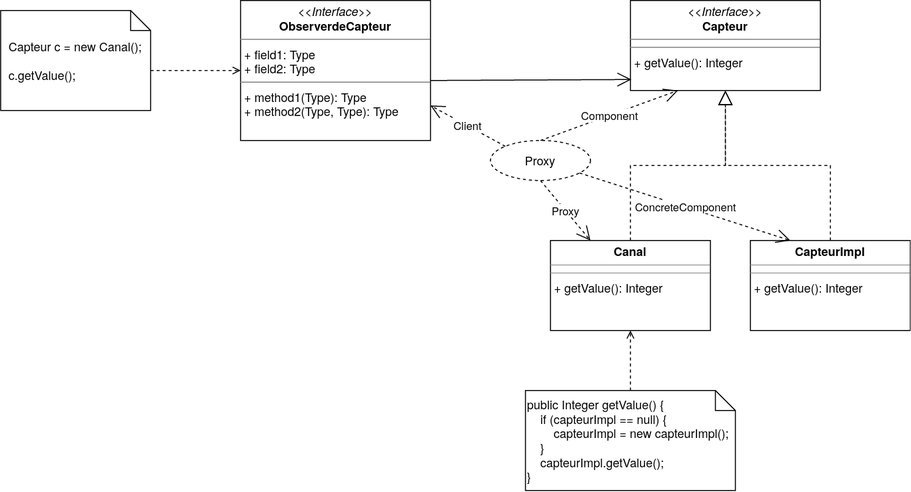
This is img/Proxyup.png from thomas-guzik/project-observer, a draw.io export, as it was before one commit. Source tidied: cells renumbered, new cells last; positions are measured from the earlier drawing's top-left corner, leaving out a move shared by most shapes. Source of this version:
```xml
<mxGraphModel>
  <root>
    <mxCell id="0" />
    <mxCell id="1" parent="0" />
    <mxCell id="2" value="&lt;p style=&quot;margin: 0px ; margin-top: 4px ; text-align: center&quot;&gt;&lt;i&gt;&amp;lt;&amp;lt;Interface&amp;gt;&amp;gt;&lt;/i&gt;&lt;br&gt;&lt;b&gt;ObserverdeCapteur&lt;/b&gt;&lt;/p&gt;&lt;hr size=&quot;1&quot;&gt;&lt;p style=&quot;margin: 0px ; margin-left: 4px&quot;&gt;+ field1: Type&lt;br&gt;+ field2: Type&lt;/p&gt;&lt;hr size=&quot;1&quot;&gt;&lt;p style=&quot;margin: 0px ; margin-left: 4px&quot;&gt;+ method1(Type): Type&lt;br&gt;+ method2(Type, Type): Type&lt;/p&gt;" style="verticalAlign=top;align=left;overflow=fill;fontSize=12;fontFamily=Helvetica;html=1;" parent="1" vertex="1">
      <mxGeometry x="240" width="190" height="140" as="geometry" />
    </mxCell>
    <mxCell id="3" value="&lt;p style=&quot;margin: 0px ; margin-top: 4px ; text-align: center&quot;&gt;&lt;i&gt;&amp;lt;&amp;lt;Interface&amp;gt;&amp;gt;&lt;/i&gt;&lt;br&gt;&lt;b&gt;Capteur&lt;/b&gt;&lt;/p&gt;&lt;hr size=&quot;1&quot;&gt;&lt;hr size=&quot;1&quot;&gt;&lt;p style=&quot;margin: 0px ; margin-left: 4px&quot;&gt;+ getValue(): Integer&lt;br&gt;&lt;/p&gt;" style="verticalAlign=top;align=left;overflow=fill;fontSize=12;fontFamily=Helvetica;html=1;" parent="1" vertex="1">
      <mxGeometry x="630" width="190" height="90" as="geometry" />
    </mxCell>
    <mxCell id="4" value="&lt;p style=&quot;margin: 0px ; margin-top: 4px ; text-align: center&quot;&gt;&lt;b&gt;Canal&lt;/b&gt;&lt;/p&gt;&lt;hr size=&quot;1&quot;&gt;&lt;hr size=&quot;1&quot;&gt;&lt;p style=&quot;margin: 0px ; margin-left: 4px&quot;&gt;+ getValue(): Integer&lt;/p&gt;" style="verticalAlign=top;align=left;overflow=fill;fontSize=12;fontFamily=Helvetica;html=1;" parent="1" vertex="1">
      <mxGeometry x="550" y="240" width="160" height="90" as="geometry" />
    </mxCell>
    <mxCell id="5" value="&lt;p style=&quot;margin: 0px ; margin-top: 4px ; text-align: center&quot;&gt;&lt;b&gt;CapteurImpl&lt;/b&gt;&lt;/p&gt;&lt;hr size=&quot;1&quot;&gt;&lt;hr size=&quot;1&quot;&gt;&lt;p style=&quot;margin: 0px ; margin-left: 4px&quot;&gt;+ getValue(): Integer&lt;br&gt;&lt;/p&gt;" style="verticalAlign=top;align=left;overflow=fill;fontSize=12;fontFamily=Helvetica;html=1;" parent="1" vertex="1">
      <mxGeometry x="750" y="240" width="160" height="90" as="geometry" />
    </mxCell>
    <mxCell id="6" style="endArrow=block;dashed=1;endFill=0;endSize=12;html=1;entryX=0.5;entryY=1;entryDx=0;entryDy=0;exitX=0.5;exitY=0;exitDx=0;exitDy=0;edgeStyle=orthogonalEdgeStyle;rounded=0;" parent="1" edge="1" source="4" target="3">
      <mxGeometry relative="1" as="geometry" />
    </mxCell>
    <mxCell id="7" style="endArrow=block;dashed=1;endFill=0;endSize=12;html=1;exitX=0.5;exitY=0;exitDx=0;exitDy=0;rounded=0;edgeStyle=orthogonalEdgeStyle;" parent="1" edge="1" source="5" target="3">
      <mxGeometry relative="1" as="geometry" />
    </mxCell>
    <mxCell id="8" style="endArrow=open;endFill=1;endSize=12;html=1;" parent="1" edge="1">
      <mxGeometry relative="1" as="geometry">
        <mxPoint x="430" y="80" as="sourcePoint" />
        <mxPoint x="631" y="79" as="targetPoint" />
      </mxGeometry>
    </mxCell>
    <mxCell id="9" value="Proxy" style="ellipse;whiteSpace=wrap;html=1;align=center;dashed=1;" parent="1" vertex="1">
      <mxGeometry x="490" y="140" width="100" height="40" as="geometry" />
    </mxCell>
    <mxCell id="10" value="Client" style="endArrow=open;endSize=12;dashed=1;html=1;entryX=1;entryY=0.75;entryDx=0;entryDy=0;exitX=0;exitY=0;exitDx=0;exitDy=0;" parent="1" edge="1" source="9" target="2">
      <mxGeometry relative="1" as="geometry" />
    </mxCell>
    <mxCell id="11" value="Component" style="endArrow=open;endSize=12;dashed=1;html=1;entryX=0.25;entryY=1;entryDx=0;entryDy=0;exitX=0.5;exitY=0;exitDx=0;exitDy=0;" parent="1" edge="1" source="9" target="3">
      <mxGeometry relative="1" as="geometry" />
    </mxCell>
    <mxCell id="12" value="ConcreteComponent" style="endArrow=open;endSize=12;dashed=1;html=1;entryX=0.25;entryY=0;entryDx=0;entryDy=0;" parent="1" edge="1" source="9" target="5">
      <mxGeometry relative="1" as="geometry" />
    </mxCell>
    <mxCell id="13" value="Proxy" style="endArrow=open;endSize=12;dashed=1;html=1;entryX=0.25;entryY=0;entryDx=0;entryDy=0;exitX=0.5;exitY=1;exitDx=0;exitDy=0;" parent="1" edge="1" source="9" target="4">
      <mxGeometry relative="1" as="geometry" />
    </mxCell>
    <mxCell id="14" style="edgeStyle=none;rounded=0;jettySize=auto;html=1;exitX=0.5;exitY=0;exitDx=0;exitDy=0;exitPerimeter=0;entryX=0.5;entryY=1;entryDx=0;entryDy=0;dashed=1;startArrow=none;startFill=0;endArrow=open;endFill=0;" parent="1" edge="1" source="15" target="4">
      <mxGeometry relative="1" as="geometry" />
    </mxCell>
    <mxCell id="15" value="&lt;font face=&quot;Helvetica&quot;&gt;public Integer getValue() {&lt;br&gt;&amp;nbsp;&amp;nbsp; &amp;nbsp;if (capteurImpl == null) {&lt;br&gt;&amp;nbsp;&amp;nbsp; &amp;nbsp;&amp;nbsp;&amp;nbsp;&amp;nbsp; capteurImpl = new capteurImpl();&lt;br&gt;&amp;nbsp;&amp;nbsp; &amp;nbsp;}&lt;br&gt;&amp;nbsp;&amp;nbsp; &amp;nbsp;capteurImpl.getValue();&lt;br&gt;}&lt;/font&gt;" style="shape=note;size=20;whiteSpace=wrap;html=1;align=left;" parent="1" vertex="1">
      <mxGeometry x="525" y="390" width="210" height="100" as="geometry" />
    </mxCell>
    <mxCell id="16" style="edgeStyle=none;rounded=0;jettySize=auto;html=1;exitX=0;exitY=0;exitDx=150;exitDy=60;exitPerimeter=0;entryX=0;entryY=0.5;entryDx=0;entryDy=0;dashed=1;startArrow=none;startFill=0;endArrow=open;endFill=0;" parent="1" edge="1" source="17" target="2">
      <mxGeometry relative="1" as="geometry" />
    </mxCell>
    <mxCell id="17" value="&lt;div align=&quot;left&quot;&gt;Capteur c = new Canal();&lt;/div&gt;&lt;div align=&quot;left&quot;&gt;&lt;br&gt;&lt;/div&gt;&lt;div align=&quot;left&quot;&gt;c.getValue();&lt;br&gt;&lt;/div&gt;" style="shape=note;size=20;whiteSpace=wrap;html=1;" parent="1" vertex="1">
      <mxGeometry y="10" width="150" height="100" as="geometry" />
    </mxCell>
  </root>
</mxGraphModel>
```
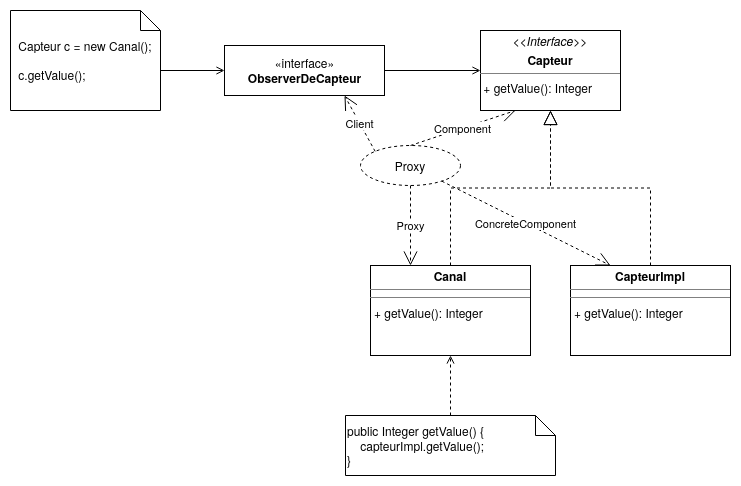
Later version of the same file.

The edit, as a diff of the source:
```diff
@@ -2,12 +2,6 @@
   <root>
     <mxCell id="0" />
     <mxCell id="1" parent="0" />
-    <mxCell id="2" value="&lt;p style=&quot;margin: 0px ; margin-top: 4px ; text-align: center&quot;&gt;&lt;i&gt;&amp;lt;&amp;lt;Interface&amp;gt;&amp;gt;&lt;/i&gt;&lt;br&gt;&lt;b&gt;ObserverdeCapteur&lt;/b&gt;&lt;/p&gt;&lt;hr size=&quot;1&quot;&gt;&lt;p style=&quot;margin: 0px ; margin-left: 4px&quot;&gt;+ field1: Type&lt;br&gt;+ field2: Type&lt;/p&gt;&lt;hr size=&quot;1&quot;&gt;&lt;p style=&quot;margin: 0px ; margin-left: 4px&quot;&gt;+ method1(Type): Type&lt;br&gt;+ method2(Type, Type): Type&lt;/p&gt;" style="verticalAlign=top;align=left;overflow=fill;fontSize=12;fontFamily=Helvetica;html=1;" parent="1" vertex="1">
-      <mxGeometry x="240" width="190" height="140" as="geometry" />
-    </mxCell>
-    <mxCell id="3" value="&lt;p style=&quot;margin: 0px ; margin-top: 4px ; text-align: center&quot;&gt;&lt;i&gt;&amp;lt;&amp;lt;Interface&amp;gt;&amp;gt;&lt;/i&gt;&lt;br&gt;&lt;b&gt;Capteur&lt;/b&gt;&lt;/p&gt;&lt;hr size=&quot;1&quot;&gt;&lt;hr size=&quot;1&quot;&gt;&lt;p style=&quot;margin: 0px ; margin-left: 4px&quot;&gt;+ getValue(): Integer&lt;br&gt;&lt;/p&gt;" style="verticalAlign=top;align=left;overflow=fill;fontSize=12;fontFamily=Helvetica;html=1;" parent="1" vertex="1">
-      <mxGeometry x="630" width="190" height="90" as="geometry" />
-    </mxCell>
     <mxCell id="4" value="&lt;p style=&quot;margin: 0px ; margin-top: 4px ; text-align: center&quot;&gt;&lt;b&gt;Canal&lt;/b&gt;&lt;/p&gt;&lt;hr size=&quot;1&quot;&gt;&lt;hr size=&quot;1&quot;&gt;&lt;p style=&quot;margin: 0px ; margin-left: 4px&quot;&gt;+ getValue(): Integer&lt;/p&gt;" style="verticalAlign=top;align=left;overflow=fill;fontSize=12;fontFamily=Helvetica;html=1;" parent="1" vertex="1">
       <mxGeometry x="550" y="240" width="160" height="90" as="geometry" />
     </mxCell>
@@ -17,19 +11,13 @@
     <mxCell id="6" style="endArrow=block;dashed=1;endFill=0;endSize=12;html=1;entryX=0.5;entryY=1;entryDx=0;entryDy=0;exitX=0.5;exitY=0;exitDx=0;exitDy=0;edgeStyle=orthogonalEdgeStyle;rounded=0;" parent="1" edge="1" source="4" target="3">
       <mxGeometry relative="1" as="geometry" />
     </mxCell>
-    <mxCell id="7" style="endArrow=block;dashed=1;endFill=0;endSize=12;html=1;exitX=0.5;exitY=0;exitDx=0;exitDy=0;rounded=0;edgeStyle=orthogonalEdgeStyle;" parent="1" edge="1" source="5" target="3">
+    <mxCell id="7" style="endArrow=block;dashed=1;endFill=0;endSize=12;html=1;exitX=0.5;exitY=0;exitDx=0;exitDy=0;rounded=0;edgeStyle=orthogonalEdgeStyle;entryX=0.5;entryY=1;entryDx=0;entryDy=0;" parent="1" edge="1" source="5" target="3">
       <mxGeometry relative="1" as="geometry" />
     </mxCell>
-    <mxCell id="8" style="endArrow=open;endFill=1;endSize=12;html=1;" parent="1" edge="1">
-      <mxGeometry relative="1" as="geometry">
-        <mxPoint x="430" y="80" as="sourcePoint" />
-        <mxPoint x="631" y="79" as="targetPoint" />
-      </mxGeometry>
-    </mxCell>
     <mxCell id="9" value="Proxy" style="ellipse;whiteSpace=wrap;html=1;align=center;dashed=1;" parent="1" vertex="1">
-      <mxGeometry x="490" y="140" width="100" height="40" as="geometry" />
+      <mxGeometry x="540" y="120" width="100" height="40" as="geometry" />
     </mxCell>
-    <mxCell id="10" value="Client" style="endArrow=open;endSize=12;dashed=1;html=1;entryX=1;entryY=0.75;entryDx=0;entryDy=0;exitX=0;exitY=0;exitDx=0;exitDy=0;" parent="1" edge="1" source="9" target="2">
+    <mxCell id="10" value="Client" style="endArrow=open;endSize=12;dashed=1;html=1;exitX=0;exitY=0;exitDx=0;exitDy=0;entryX=0.75;entryY=1;entryDx=0;entryDy=0;" parent="1" edge="1" source="9" target="20">
       <mxGeometry relative="1" as="geometry" />
     </mxCell>
     <mxCell id="11" value="Component" style="endArrow=open;endSize=12;dashed=1;html=1;entryX=0.25;entryY=1;entryDx=0;entryDy=0;exitX=0.5;exitY=0;exitDx=0;exitDy=0;" parent="1" edge="1" source="9" target="3">
@@ -44,14 +32,23 @@
     <mxCell id="14" style="edgeStyle=none;rounded=0;jettySize=auto;html=1;exitX=0.5;exitY=0;exitDx=0;exitDy=0;exitPerimeter=0;entryX=0.5;entryY=1;entryDx=0;entryDy=0;dashed=1;startArrow=none;startFill=0;endArrow=open;endFill=0;" parent="1" edge="1" source="15" target="4">
       <mxGeometry relative="1" as="geometry" />
     </mxCell>
-    <mxCell id="15" value="&lt;font face=&quot;Helvetica&quot;&gt;public Integer getValue() {&lt;br&gt;&amp;nbsp;&amp;nbsp; &amp;nbsp;if (capteurImpl == null) {&lt;br&gt;&amp;nbsp;&amp;nbsp; &amp;nbsp;&amp;nbsp;&amp;nbsp;&amp;nbsp; capteurImpl = new capteurImpl();&lt;br&gt;&amp;nbsp;&amp;nbsp; &amp;nbsp;}&lt;br&gt;&amp;nbsp;&amp;nbsp; &amp;nbsp;capteurImpl.getValue();&lt;br&gt;}&lt;/font&gt;" style="shape=note;size=20;whiteSpace=wrap;html=1;align=left;" parent="1" vertex="1">
-      <mxGeometry x="525" y="390" width="210" height="100" as="geometry" />
+    <mxCell id="15" value="&lt;font face=&quot;Helvetica&quot;&gt;public Integer getValue() {&lt;br&gt;&amp;nbsp;&amp;nbsp; &amp;nbsp;capteurImpl.getValue();&lt;br&gt;}&lt;/font&gt;" style="shape=note;size=20;whiteSpace=wrap;html=1;align=left;" parent="1" vertex="1">
+      <mxGeometry x="525" y="390" width="210" height="60" as="geometry" />
     </mxCell>
-    <mxCell id="16" style="edgeStyle=none;rounded=0;jettySize=auto;html=1;exitX=0;exitY=0;exitDx=150;exitDy=60;exitPerimeter=0;entryX=0;entryY=0.5;entryDx=0;entryDy=0;dashed=1;startArrow=none;startFill=0;endArrow=open;endFill=0;" parent="1" edge="1" source="17" target="2">
-      <mxGeometry relative="1" as="geometry" />
-    </mxCell>
+    <mxCell id="18" style="edgeStyle=orthogonalEdgeStyle;rounded=0;jettySize=auto;html=1;exitX=0;exitY=0;exitDx=150;exitDy=60;exitPerimeter=0;entryX=0;entryY=0.5;entryDx=0;entryDy=0;endArrow=open;endFill=0;" parent="1" edge="1" source="17" target="20">
+      <mxGeometry relative="1" as="geometry" />
+    </mxCell>
     <mxCell id="17" value="&lt;div align=&quot;left&quot;&gt;Capteur c = new Canal();&lt;/div&gt;&lt;div align=&quot;left&quot;&gt;&lt;br&gt;&lt;/div&gt;&lt;div align=&quot;left&quot;&gt;c.getValue();&lt;br&gt;&lt;/div&gt;" style="shape=note;size=20;whiteSpace=wrap;html=1;" parent="1" vertex="1">
-      <mxGeometry y="10" width="150" height="100" as="geometry" />
+      <mxGeometry x="190" y="-15" width="150" height="100" as="geometry" />
     </mxCell>
+    <mxCell id="19" style="edgeStyle=orthogonalEdgeStyle;rounded=0;jettySize=auto;html=1;exitX=1;exitY=0.5;exitDx=0;exitDy=0;entryX=0;entryY=0.5;entryDx=0;entryDy=0;endArrow=open;endFill=0;" parent="1" edge="1" source="20" target="3">
+      <mxGeometry relative="1" as="geometry" />
+    </mxCell>
+    <mxCell id="20" value="«interface»&lt;br&gt;&lt;b&gt;ObserverDeCapteur&lt;/b&gt;" style="html=1;" parent="1" vertex="1">
+      <mxGeometry x="404" y="20" width="160" height="50" as="geometry" />
+    </mxCell>
+    <mxCell id="3" value="&lt;p style=&quot;margin: 0px ; margin-top: 4px ; text-align: center&quot;&gt;&lt;i&gt;&amp;lt;&amp;lt;Interface&amp;gt;&amp;gt;&lt;/i&gt;&lt;b&gt;&lt;br&gt;&lt;/b&gt;&lt;/p&gt;&lt;p style=&quot;margin: 0px ; margin-top: 4px ; text-align: center&quot;&gt;&lt;b&gt;Capteur&lt;/b&gt;&lt;/p&gt;&lt;hr size=&quot;1&quot;&gt;&lt;div style=&quot;height: 2px&quot;&gt;&amp;nbsp;+ getValue(): Integer&lt;br&gt;&lt;/div&gt;" style="verticalAlign=top;align=left;overflow=fill;fontSize=12;fontFamily=Helvetica;html=1;" parent="1" vertex="1">
+      <mxGeometry x="660" y="5" width="140" height="80" as="geometry" />
+    </mxCell>
   </root>
 </mxGraphModel>
```
